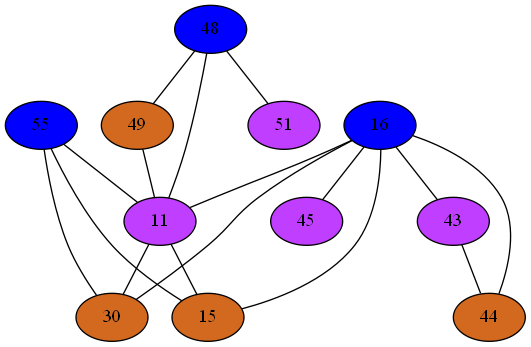
mbajaj92/Project-Astoria keeps this Graphviz diagram as Compiler/27iGraph.png. Above is the earlier version. Its source is kept beside it as Compiler/27iGraph.dot.
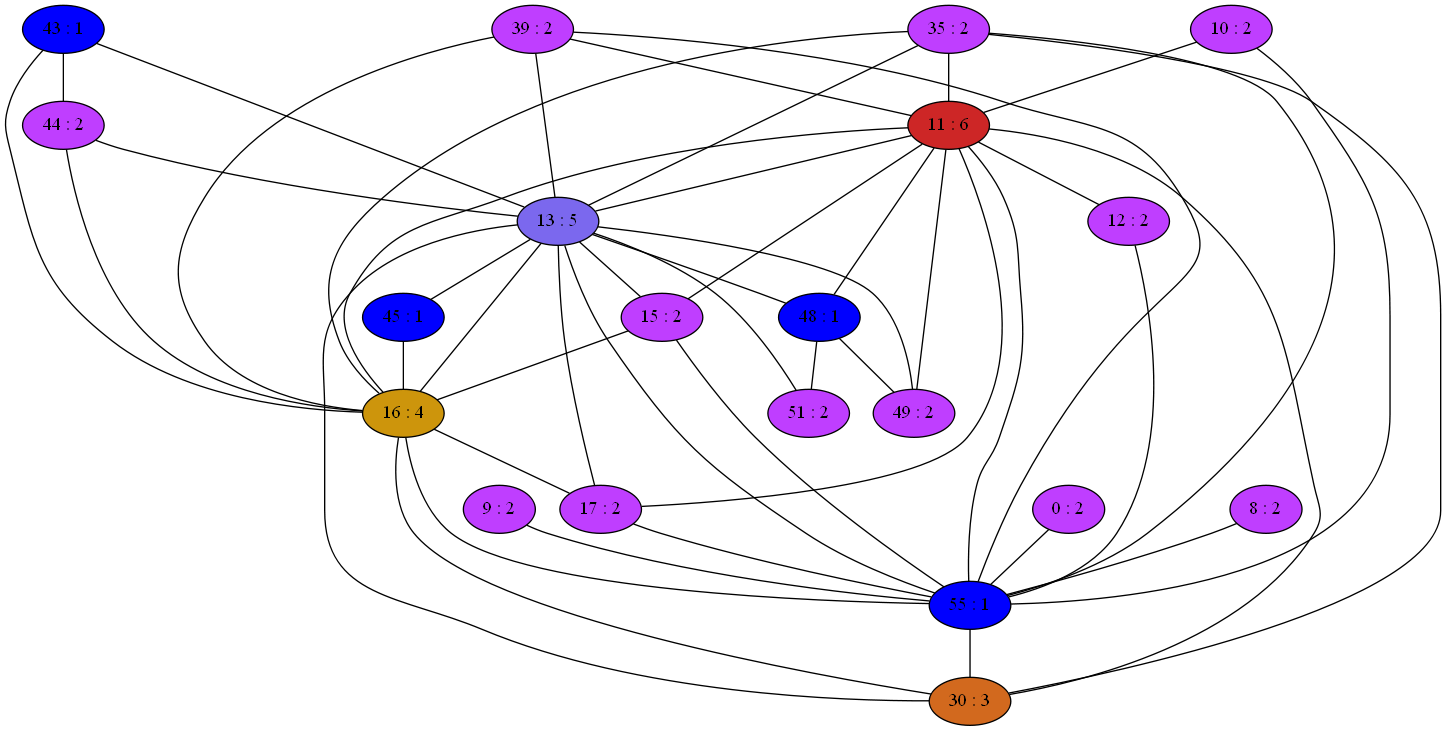
Later version of the same file.

The edit, as a diff of the source:
```diff
@@ -1,45 +1,118 @@
 strict graph {
-48[label="48" style=filled fillcolor="blue1"];
-48 -- 49
-48 -- 51
-48 -- 11
-16[label="16" style=filled fillcolor="blue1"];
+0[label="0 : 2" style=filled fillcolor="darkorchid1"];
+0 -- 55
+35[label="35 : 2" style=filled fillcolor="darkorchid1"];
+35 -- 16
+35 -- 55
+35 -- 11
+35 -- 13
+35 -- 30
+39[label="39 : 2" style=filled fillcolor="darkorchid1"];
+39 -- 16
+39 -- 55
+39 -- 11
+39 -- 13
+8[label="8 : 2" style=filled fillcolor="darkorchid1"];
+8 -- 55
+9[label="9 : 2" style=filled fillcolor="darkorchid1"];
+9 -- 55
+10[label="10 : 2" style=filled fillcolor="darkorchid1"];
+10 -- 55
+10 -- 11
+11[label="11 : 6" style=filled fillcolor="firebrick3"];
+11 -- 48
+11 -- 16
+11 -- 49
+11 -- 17
+11 -- 35
+11 -- 39
+11 -- 55
+11 -- 10
+11 -- 12
+11 -- 13
+11 -- 30
+11 -- 15
+43[label="43 : 1" style=filled fillcolor="blue1"];
+43 -- 16
+43 -- 44
+43 -- 13
+44[label="44 : 2" style=filled fillcolor="darkorchid1"];
+44 -- 16
+44 -- 43
+44 -- 13
+12[label="12 : 2" style=filled fillcolor="darkorchid1"];
+12 -- 55
+12 -- 11
+13[label="13 : 5" style=filled fillcolor="mediumslateblue"];
+13 -- 35
+13 -- 39
+13 -- 43
+13 -- 11
+13 -- 44
+13 -- 45
+13 -- 15
+13 -- 48
+13 -- 16
+13 -- 49
+13 -- 17
+13 -- 51
+13 -- 55
+13 -- 30
+45[label="45 : 1" style=filled fillcolor="blue1"];
+45 -- 16
+45 -- 13
+15[label="15 : 2" style=filled fillcolor="darkorchid1"];
+15 -- 16
+15 -- 55
+15 -- 11
+15 -- 13
+16[label="16 : 4" style=filled fillcolor="darkgoldenrod3"];
+16 -- 17
+16 -- 35
+16 -- 39
+16 -- 55
 16 -- 43
 16 -- 11
 16 -- 44
 16 -- 45
+16 -- 13
 16 -- 30
 16 -- 15
-49[label="49" style=filled fillcolor="chocolate"];
+48[label="48 : 1" style=filled fillcolor="blue1"];
+48 -- 49
+48 -- 51
+48 -- 11
+48 -- 13
+17[label="17 : 2" style=filled fillcolor="darkorchid1"];
+17 -- 16
+17 -- 55
+17 -- 11
+17 -- 13
+49[label="49 : 2" style=filled fillcolor="darkorchid1"];
 49 -- 48
 49 -- 11
-51[label="51" style=filled fillcolor="darkorchid1"];
+49 -- 13
+51[label="51 : 2" style=filled fillcolor="darkorchid1"];
 51 -- 48
-55[label="55" style=filled fillcolor="blue1"];
+51 -- 13
+55[label="55 : 1" style=filled fillcolor="blue1"];
+55 -- 0
+55 -- 35
+55 -- 39
+55 -- 8
+55 -- 9
+55 -- 10
 55 -- 11
+55 -- 12
+55 -- 13
+55 -- 15
+55 -- 16
+55 -- 17
 55 -- 30
-55 -- 15
-11[label="11" style=filled fillcolor="darkorchid1"];
-11 -- 48
-11 -- 16
-11 -- 49
-11 -- 55
-11 -- 30
-11 -- 15
-43[label="43" style=filled fillcolor="darkorchid1"];
-43 -- 16
-43 -- 44
-44[label="44" style=filled fillcolor="chocolate"];
-44 -- 16
-44 -- 43
-45[label="45" style=filled fillcolor="darkorchid1"];
-45 -- 16
-30[label="30" style=filled fillcolor="chocolate"];
+30[label="30 : 3" style=filled fillcolor="chocolate"];
 30 -- 16
+30 -- 35
 30 -- 55
 30 -- 11
-15[label="15" style=filled fillcolor="chocolate"];
-15 -- 16
-15 -- 55
-15 -- 11
+30 -- 13
 }
```
